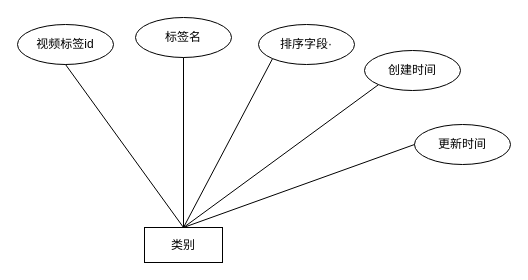
Before: app/实体图.drawio in Kuzma77/Picture, a draw.io diagram. Source tidied: cells renumbered, new cells numbered last; positions are measured from the earlier drawing's top-left corner, leaving out a move shared by most shapes. Both pictures are drawn from the tidied source at 100%, with x=0, y=0 at pixel (17, 17).
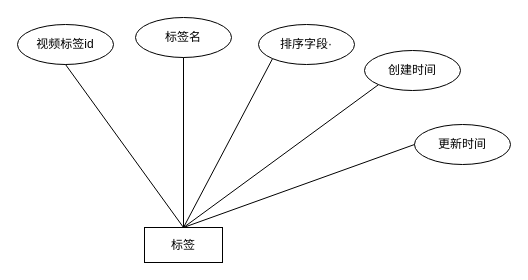
Above is the later version.

Commit message (it also covers changes not shown here):
更新实体图.drawio

What changed in the source:
```diff
@@
 <mxGraphModel>
   <root>
     <mxCell id="0" />
     <mxCell id="1" parent="0" />
-    <mxCell id="2" value="类别" style="rounded=0;whiteSpace=wrap;html=1;" parent="1" vertex="1">
+    <mxCell id="2" value="标签" style="rounded=0;whiteSpace=wrap;html=1;" parent="1" vertex="1">
       <mxGeometry x="127" y="210" width="78" height="35" as="geometry" />
     </mxCell>
     <mxCell id="3" value="视频标签id" style="ellipse;whiteSpace=wrap;html=1;" parent="1" vertex="1">
       <mxGeometry y="7" width="96" height="40" as="geometry" />
     </mxCell>
     <mxCell id="4" value="排序字段·" style="ellipse;whiteSpace=wrap;html=1;" parent="1" vertex="1">
       <mxGeometry x="241" y="7" width="96" height="40" as="geometry" />
     </mxCell>
     <mxCell id="5" value="更新时间" style="ellipse;whiteSpace=wrap;html=1;" parent="1" vertex="1">
       <mxGeometry x="397" y="107" width="96" height="40" as="geometry" />
     </mxCell>
     <mxCell id="6" value="创建时间" style="ellipse;whiteSpace=wrap;html=1;" parent="1" vertex="1">
       <mxGeometry x="347" y="33" width="96" height="40" as="geometry" />
     </mxCell>
     <mxCell id="7" style="endArrow=none;html=1;rounded=0;exitX=0.5;exitY=0;exitDx=0;exitDy=0;entryX=0;entryY=1;entryDx=0;entryDy=0;" parent="1" edge="1" source="2" target="4">
       <mxGeometry relative="1" as="geometry" />
     </mxCell>
     <mxCell id="8" style="endArrow=none;html=1;rounded=0;exitX=0.5;exitY=0;exitDx=0;exitDy=0;entryX=0;entryY=0.5;entryDx=0;entryDy=0;" parent="1" edge="1" source="2" target="5">
       <mxGeometry relative="1" as="geometry" />
     </mxCell>
     <mxCell id="9" style="endArrow=none;html=1;rounded=0;exitX=0.5;exitY=0;exitDx=0;exitDy=0;entryX=0.5;entryY=1;entryDx=0;entryDy=0;" parent="1" edge="1" source="2" target="3">
       <mxGeometry relative="1" as="geometry" />
     </mxCell>
     <mxCell id="10" style="endArrow=none;html=1;rounded=0;entryX=0.5;entryY=0;entryDx=0;entryDy=0;exitX=0;exitY=1;exitDx=0;exitDy=0;" parent="1" edge="1" source="6" target="2">
       <mxGeometry relative="1" as="geometry" />
     </mxCell>
     <mxCell id="11" value="标签名" style="ellipse;whiteSpace=wrap;html=1;" parent="1" vertex="1">
       <mxGeometry x="118" width="96" height="40" as="geometry" />
     </mxCell>
     <mxCell id="12" style="endArrow=none;html=1;rounded=0;exitX=0.5;exitY=0;exitDx=0;exitDy=0;entryX=0.5;entryY=1;entryDx=0;entryDy=0;" parent="1" edge="1" source="2" target="11">
       <mxGeometry relative="1" as="geometry" />
     </mxCell>
   </root>
 </mxGraphModel>
```
